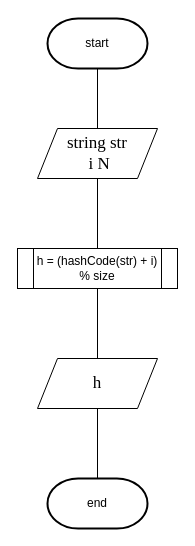
Earlier version of the draw.io diagram page "N getHash(string str, int i)" (8 of 16) of lab7/Lab7.drawio (Alexandra2406/ads-kirilchuk-kp11). Source tidied: cells renumbered, new cells numbered last; positions are measured from the earlier drawing's top-left corner, leaving out a move shared by most shapes. Both pictures are drawn from the tidied source at 100%, with x=0, y=0 at pixel (17, 18).
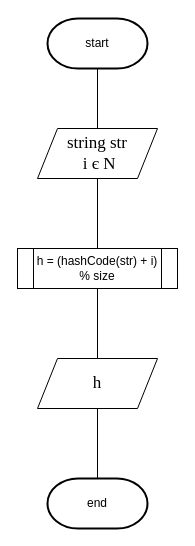
The same page after the edit.

The edit, as a diff of the source:
```diff
@@
 <mxGraphModel>
   <root>
     <mxCell id="0" />
     <mxCell id="1" parent="0" />
     <mxCell id="2" style="edgeStyle=orthogonalEdgeStyle;rounded=0;jettySize=auto;html=1;endArrow=none;endFill=0;startSize=14;endSize=14;sourcePerimeterSpacing=0;targetPerimeterSpacing=0;" parent="1" edge="1" source="3" target="5">
       <mxGeometry relative="1" as="geometry" />
     </mxCell>
     <mxCell id="3" value="start" style="strokeWidth=2;html=1;shape=mxgraph.flowchart.terminator;whiteSpace=wrap;hachureGap=4;" parent="1" vertex="1">
       <mxGeometry x="30" width="100" height="50" as="geometry" />
     </mxCell>
     <mxCell id="4" style="edgeStyle=orthogonalEdgeStyle;rounded=0;jettySize=auto;html=1;endArrow=none;endFill=0;startSize=14;endSize=14;sourcePerimeterSpacing=0;targetPerimeterSpacing=0;" parent="1" edge="1" source="5" target="7">
       <mxGeometry relative="1" as="geometry" />
     </mxCell>
-    <mxCell id="5" value="string str&lt;br&gt;&amp;nbsp;i N" style="shape=parallelogram;perimeter=parallelogramPerimeter;whiteSpace=wrap;html=1;fixedSize=1;rounded=0;shadow=0;labelBackgroundColor=none;labelBorderColor=none;sketch=0;hachureGap=4;fontFamily=Times New Roman;fontSize=17;" parent="1" vertex="1">
+    <mxCell id="5" value="string str&lt;br&gt;&amp;nbsp;i є N" style="shape=parallelogram;perimeter=parallelogramPerimeter;whiteSpace=wrap;html=1;fixedSize=1;rounded=0;shadow=0;labelBackgroundColor=none;labelBorderColor=none;sketch=0;hachureGap=4;fontFamily=Times New Roman;fontSize=17;" parent="1" vertex="1">
       <mxGeometry x="20" y="110" width="120" height="50" as="geometry" />
     </mxCell>
     <mxCell id="6" style="edgeStyle=orthogonalEdgeStyle;rounded=0;jettySize=auto;html=1;endArrow=none;endFill=0;startSize=14;endSize=14;sourcePerimeterSpacing=0;targetPerimeterSpacing=0;" parent="1" edge="1" source="7" target="9">
       <mxGeometry relative="1" as="geometry" />
     </mxCell>
     <mxCell id="7" value="h = (hashCode(str) + i) % size" style="shape=process;whiteSpace=wrap;html=1;backgroundOutline=1;hachureGap=4;" parent="1" vertex="1">
       <mxGeometry y="230" width="160" height="40" as="geometry" />
     </mxCell>
     <mxCell id="8" style="edgeStyle=orthogonalEdgeStyle;rounded=0;jettySize=auto;html=1;endArrow=none;endFill=0;startSize=14;endSize=14;sourcePerimeterSpacing=0;targetPerimeterSpacing=0;" parent="1" edge="1" source="9" target="10">
       <mxGeometry relative="1" as="geometry" />
     </mxCell>
     <mxCell id="9" value="h" style="shape=parallelogram;perimeter=parallelogramPerimeter;whiteSpace=wrap;html=1;fixedSize=1;rounded=0;shadow=0;labelBackgroundColor=none;labelBorderColor=none;sketch=0;hachureGap=4;fontFamily=Times New Roman;fontSize=17;" parent="1" vertex="1">
       <mxGeometry x="20" y="340" width="120" height="50" as="geometry" />
     </mxCell>
     <mxCell id="10" value="end" style="strokeWidth=2;html=1;shape=mxgraph.flowchart.terminator;whiteSpace=wrap;hachureGap=4;" parent="1" vertex="1">
       <mxGeometry x="30" y="460" width="100" height="50" as="geometry" />
     </mxCell>
   </root>
 </mxGraphModel>
```
